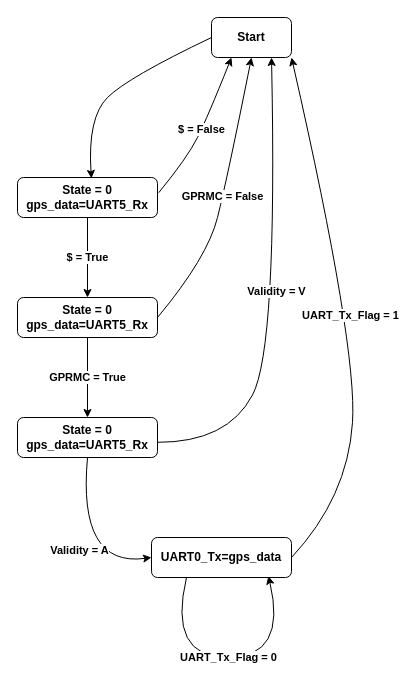
Before: Embedded_Sys_GPS_Project/EmbSys_Project_Report/embsys_miniproject_drawio/GPS_StateFlow.drawio in AdityaShirodkar-IITDh/ESLab2023_ee23dpmsG11, a draw.io diagram. Source tidied: cells renumbered, new cells numbered last; positions are measured from the earlier drawing's top-left corner, leaving out a move shared by most shapes. Both pictures are drawn from the tidied source at 100%, with x=0, y=0 at pixel (17, 17).
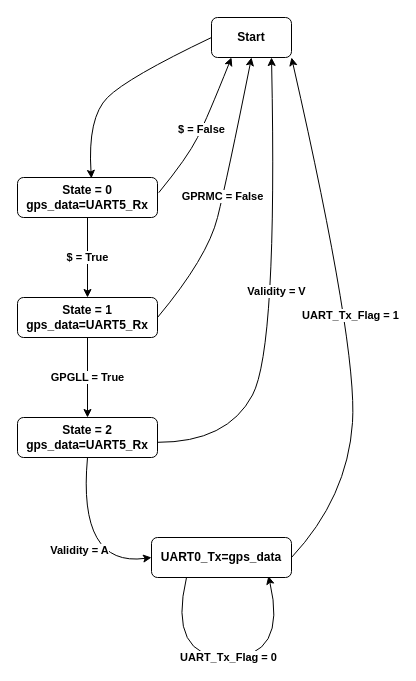
The same page after the edit.

Diff of the diagram source:
```diff
@@
-    <mxCell id="4" value="&lt;b&gt;State = 0&lt;br&gt;gps_data=UART5_Rx&lt;/b&gt;" style="rounded=1;whiteSpace=wrap;html=1;" parent="1" vertex="1">
+    <mxCell id="4" value="&lt;b&gt;State = 1&lt;br&gt;gps_data=UART5_Rx&lt;/b&gt;" style="rounded=1;whiteSpace=wrap;html=1;" parent="1" vertex="1">
       <mxGeometry y="280" width="140" height="40" as="geometry" />
     </mxCell>
-    <mxCell id="5" value="&lt;b&gt;State = 0&lt;br&gt;gps_data=UART5_Rx&lt;/b&gt;" style="rounded=1;whiteSpace=wrap;html=1;" parent="1" vertex="1">
+    <mxCell id="5" value="&lt;b&gt;State = 2&lt;br&gt;gps_data=UART5_Rx&lt;/b&gt;" style="rounded=1;whiteSpace=wrap;html=1;" parent="1" vertex="1">
       <mxGeometry y="400" width="140" height="40" as="geometry" />
     </mxCell>
@@
-    <mxCell id="9" value="&lt;b&gt;GPRMC = True&lt;/b&gt;" style="endArrow=classic;html=1;rounded=0;exitX=0.5;exitY=1;exitDx=0;exitDy=0;entryX=0.5;entryY=0;entryDx=0;entryDy=0;" parent="1" edge="1" source="4" target="5">
+    <mxCell id="9" value="&lt;b&gt;GPGLL = True&lt;/b&gt;" style="endArrow=classic;html=1;rounded=0;exitX=0.5;exitY=1;exitDx=0;exitDy=0;entryX=0.5;entryY=0;entryDx=0;entryDy=0;" parent="1" edge="1" source="4" target="5">
       <mxGeometry relative="1" as="geometry" />
     </mxCell>
```
